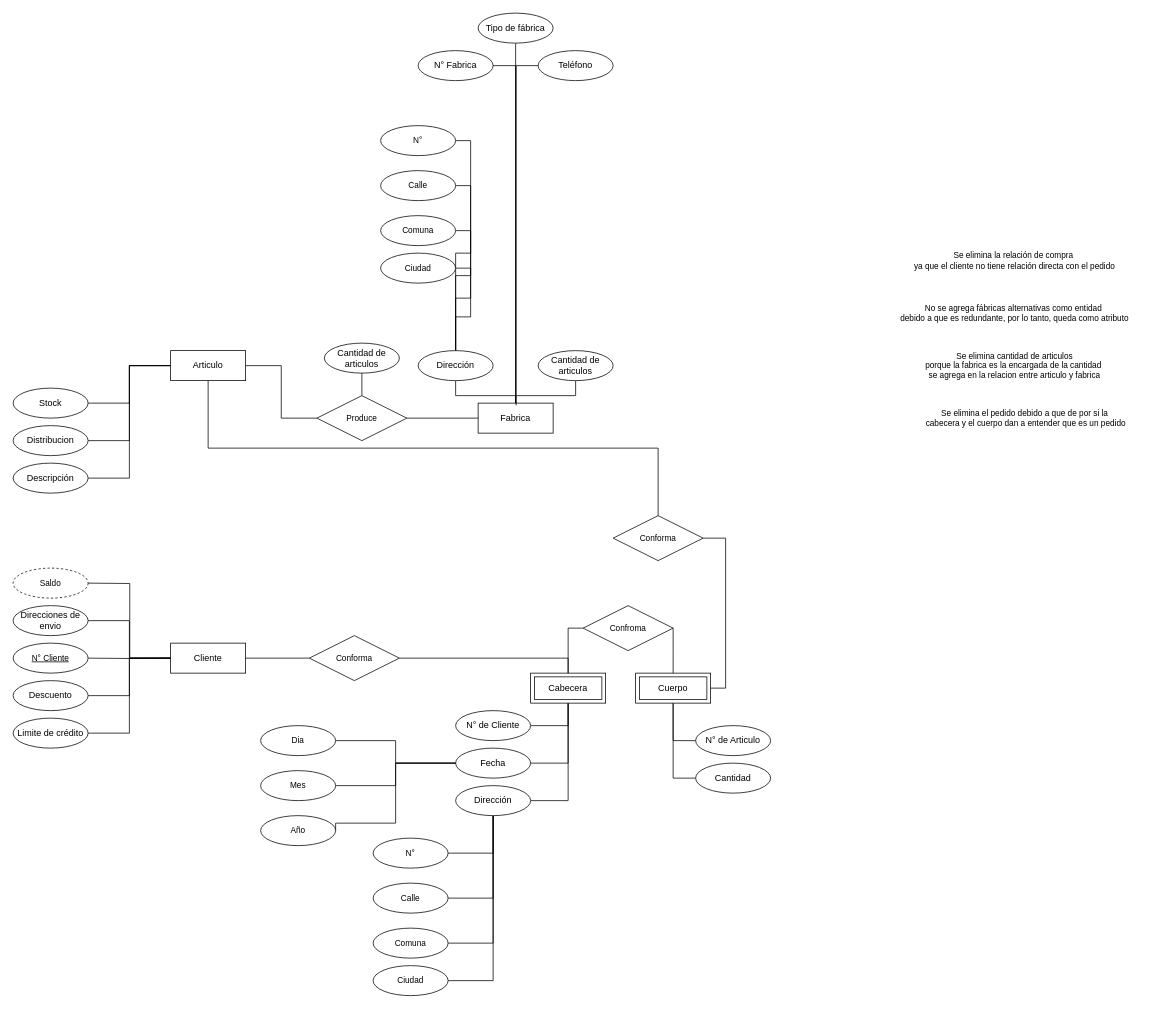
Before: Modelamiento/Diagrama sin título.drawio in Ju4nox/UCM, a draw.io diagram. Source tidied: cells renumbered, new cells numbered last; positions are measured from the earlier drawing's top-left corner, leaving out a move shared by most shapes. Both pictures are drawn from the tidied source at 75%, with x=0, y=0 at pixel (13, 13).
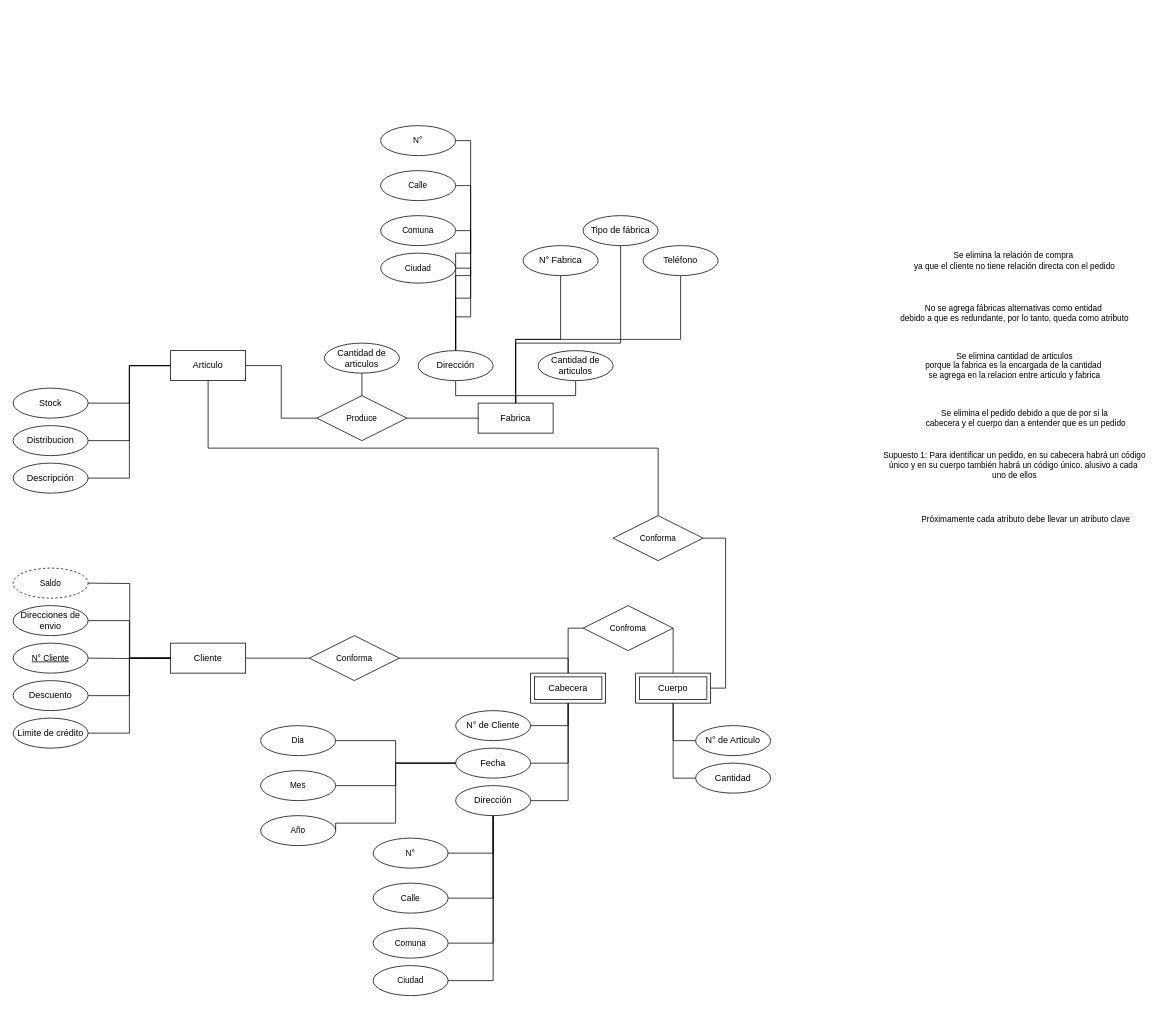
The same diagram, later.

Unchanged cells that the change refers to:
```xml
<mxCell id="39" value="Fabrica" style="whiteSpace=wrap;html=1;align=center;" parent="1" vertex="1">
  <mxGeometry x="620" y="520" width="100" height="40" as="geometry" />
</mxCell>
```

Change to the diagram source:
```diff
@@
-    <mxCell id="29" style="edgeStyle=orthogonalEdgeStyle;shape=connector;rounded=0;jettySize=auto;html=1;exitX=1;exitY=0.5;exitDx=0;exitDy=0;entryX=0.5;entryY=0;entryDx=0;entryDy=0;strokeColor=default;align=center;verticalAlign=middle;fontFamily=Helvetica;fontSize=11;fontColor=default;labelBackgroundColor=default;startFill=0;endArrow=none;" parent="1" edge="1" source="30" target="39">
-      <mxGeometry relative="1" as="geometry" />
-    </mxCell>
     <mxCell id="30" value="N° Fabrica" style="ellipse;whiteSpace=wrap;html=1;align=center;" parent="1" vertex="1">
-      <mxGeometry x="540" y="50" width="100" height="40" as="geometry" />
+      <mxGeometry x="680" y="310" width="100" height="40" as="geometry" />
     </mxCell>
+    <mxCell id="52" style="edgeStyle=orthogonalEdgeStyle;shape=connector;rounded=0;jettySize=auto;html=1;exitX=0.5;exitY=1;exitDx=0;exitDy=0;entryX=0.5;entryY=0;entryDx=0;entryDy=0;strokeColor=default;align=center;verticalAlign=middle;fontFamily=Helvetica;fontSize=11;fontColor=default;labelBackgroundColor=default;startFill=0;endArrow=none;" parent="1" edge="1" source="31" target="39">
+      <mxGeometry relative="1" as="geometry" />
+    </mxCell>
     <mxCell id="31" value="Teléfono" style="ellipse;whiteSpace=wrap;html=1;align=center;" parent="1" vertex="1">
-      <mxGeometry x="700" y="50" width="100" height="40" as="geometry" />
+      <mxGeometry x="840" y="310" width="100" height="40" as="geometry" />
     </mxCell>
@@
-    <mxCell id="38" style="edgeStyle=orthogonalEdgeStyle;rounded=0;jettySize=auto;html=1;exitX=0.5;exitY=0;exitDx=0;exitDy=0;entryX=0.5;entryY=1;entryDx=0;entryDy=0;endArrow=none;startFill=0;" parent="1" edge="1" source="39" target="54">
-      <mxGeometry relative="1" as="geometry" />
-    </mxCell>
+    <mxCell id="83" style="edgeStyle=orthogonalEdgeStyle;rounded=0;jettySize=auto;html=1;exitX=0.5;exitY=0;exitDx=0;exitDy=0;entryX=0.5;entryY=1;entryDx=0;entryDy=0;endArrow=none;startFill=0;" parent="1" edge="1" source="39" target="30">
+      <mxGeometry relative="1" as="geometry" />
+    </mxCell>
@@
-    <mxCell id="52" style="edgeStyle=orthogonalEdgeStyle;shape=connector;rounded=0;jettySize=auto;html=1;exitX=0;exitY=0.5;exitDx=0;exitDy=0;entryX=0.507;entryY=0.079;entryDx=0;entryDy=0;entryPerimeter=0;strokeColor=default;align=center;verticalAlign=middle;fontFamily=Helvetica;fontSize=11;fontColor=default;labelBackgroundColor=default;startFill=0;endArrow=none;" parent="1" edge="1" source="31" target="39">
-      <mxGeometry relative="1" as="geometry" />
-    </mxCell>
@@
+    <mxCell id="84" style="edgeStyle=orthogonalEdgeStyle;shape=connector;rounded=0;jettySize=auto;html=1;exitX=0.5;exitY=1;exitDx=0;exitDy=0;entryX=0.5;entryY=0;entryDx=0;entryDy=0;strokeColor=default;align=center;verticalAlign=middle;fontFamily=Helvetica;fontSize=11;fontColor=default;labelBackgroundColor=default;startFill=0;endArrow=none;" parent="1" edge="1" source="54" target="39">
+      <mxGeometry relative="1" as="geometry">
+        <Array as="points">
+          <mxPoint x="810" y="440" />
+          <mxPoint x="670" y="440" />
+        </Array>
+      </mxGeometry>
+    </mxCell>
     <mxCell id="54" value="Tipo de fábrica" style="ellipse;whiteSpace=wrap;html=1;align=center;" parent="1" vertex="1">
-      <mxGeometry x="620" width="100" height="40" as="geometry" />
+      <mxGeometry x="760" y="270" width="100" height="40" as="geometry" />
     </mxCell>
@@
+    <mxCell id="85" value="Supuesto 1: Para identificar un pedido, en su cabecera habrá un código&lt;div&gt;único y en su cuerpo también habrá un código único. alusivo a cada&amp;nbsp;&lt;/div&gt;&lt;div&gt;uno de ellos&lt;/div&gt;" style="text;html=1;align=center;verticalAlign=middle;strokeColor=none;fillColor=none;fontFamily=Helvetica;fontSize=11;fontColor=default;labelBackgroundColor=default;" parent="1" vertex="1">
+      <mxGeometry x="1150" y="578" width="370" height="50" as="geometry" />
+    </mxCell>
+    <mxCell id="86" value="Próximamente cada atributo debe llevar un atributo clave" style="text;html=1;align=center;verticalAlign=middle;strokeColor=none;fillColor=none;fontFamily=Helvetica;fontSize=11;fontColor=default;labelBackgroundColor=default;" parent="1" vertex="1">
+      <mxGeometry x="1200" y="660" width="300" height="30" as="geometry" />
+    </mxCell>
```
